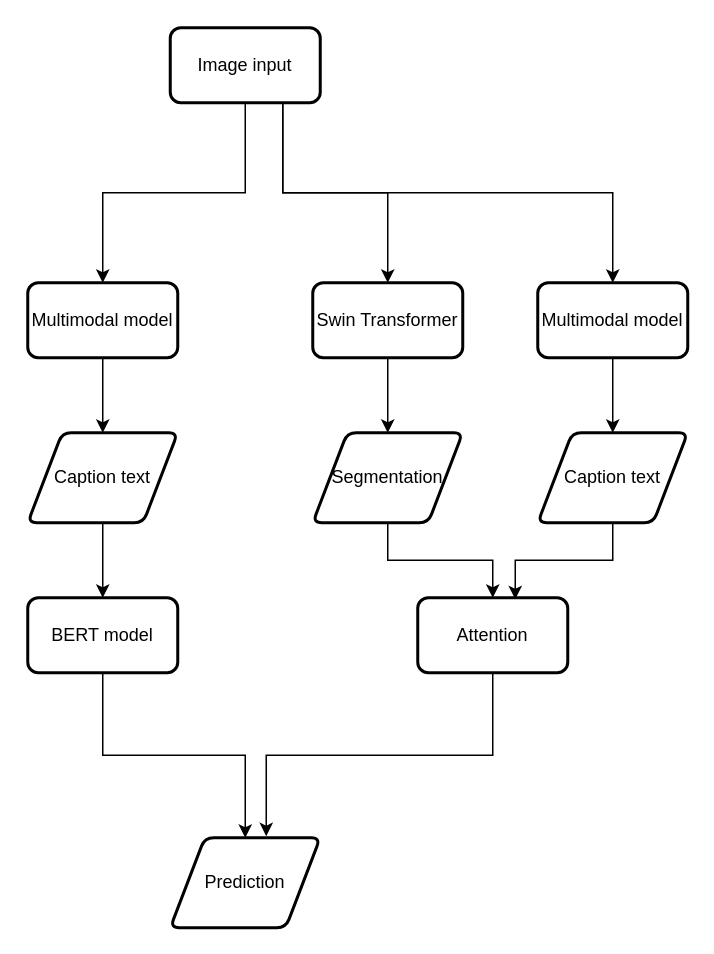
Earlier version of the draw.io diagram Architecture.drawio (MingNarongthat/Anomaly_Transformers). Source tidied: cells renumbered, new cells numbered last; positions are measured from the earlier drawing's top-left corner, leaving out a move shared by most shapes. Both pictures are drawn from the tidied source at 150%, with x=0, y=0 at pixel (27, 27).
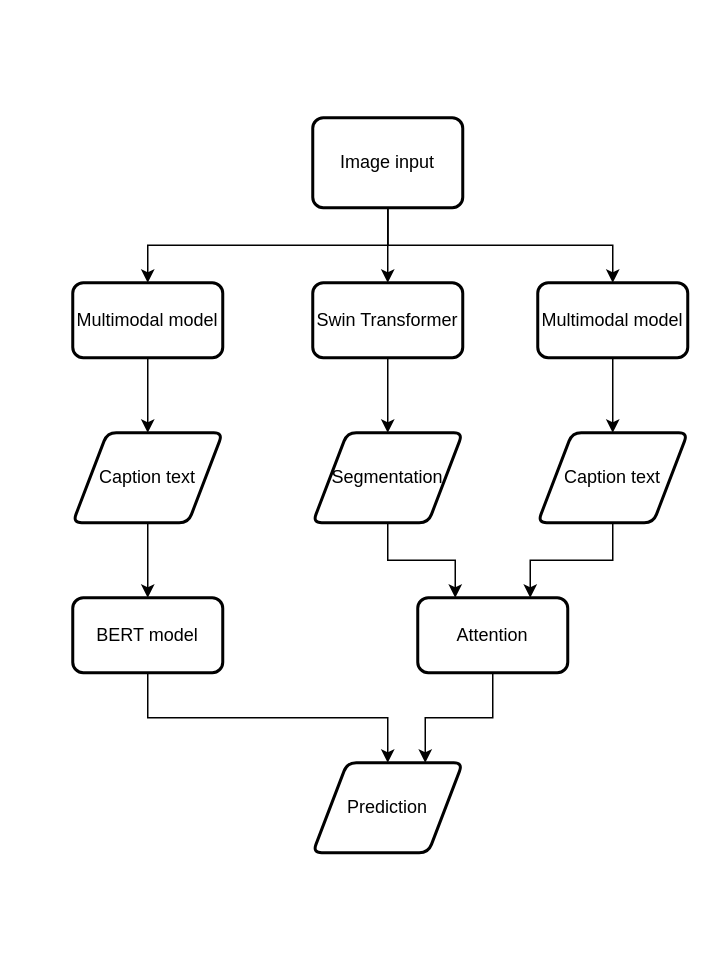
After the change.

Unchanged cells that the change refers to:
```xml
<mxCell id="13" value="Swin Transformer" style="rounded=1;whiteSpace=wrap;html=1;absoluteArcSize=1;arcSize=14;strokeWidth=2;" parent="1" vertex="1">
  <mxGeometry x="190" y="170" width="100" height="50" as="geometry" />
</mxCell>
<mxCell id="15" value="Segmentation" style="shape=parallelogram;html=1;strokeWidth=2;perimeter=parallelogramPerimeter;whiteSpace=wrap;rounded=1;arcSize=12;size=0.23;" parent="1" vertex="1">
  <mxGeometry x="190" y="270" width="100" height="60" as="geometry" />
</mxCell>
<mxCell id="17" value="Attention" style="rounded=1;whiteSpace=wrap;html=1;absoluteArcSize=1;arcSize=14;strokeWidth=2;" parent="1" vertex="1">
  <mxGeometry x="260" y="380" width="100" height="50" as="geometry" />
</mxCell>
<mxCell id="21" value="Multimodal model" style="rounded=1;whiteSpace=wrap;html=1;absoluteArcSize=1;arcSize=14;strokeWidth=2;" parent="1" vertex="1">
  <mxGeometry x="340" y="170" width="100" height="50" as="geometry" />
</mxCell>
<mxCell id="23" value="Caption text" style="shape=parallelogram;html=1;strokeWidth=2;perimeter=parallelogramPerimeter;whiteSpace=wrap;rounded=1;arcSize=12;size=0.23;" parent="1" vertex="1">
  <mxGeometry x="340" y="270" width="100" height="60" as="geometry" />
</mxCell>
```

Diff of the diagram source:
```diff
@@
-    <mxCell id="2" style="edgeStyle=orthogonalEdgeStyle;rounded=0;jettySize=auto;html=1;exitX=0.5;exitY=1;exitDx=0;exitDy=0;entryX=0.5;entryY=0;entryDx=0;entryDy=0;" parent="1" edge="1" source="5" target="7">
-      <mxGeometry relative="1" as="geometry" />
-    </mxCell>
-    <mxCell id="3" style="edgeStyle=orthogonalEdgeStyle;rounded=0;jettySize=auto;html=1;exitX=0.75;exitY=1;exitDx=0;exitDy=0;entryX=0.5;entryY=0;entryDx=0;entryDy=0;" parent="1" edge="1" source="5" target="13">
+    <mxCell id="3" style="edgeStyle=orthogonalEdgeStyle;rounded=0;jettySize=auto;html=1;exitX=0.5;exitY=1;exitDx=0;exitDy=0;entryX=0.5;entryY=0;entryDx=0;entryDy=0;" parent="1" edge="1" source="5" target="13">
       <mxGeometry relative="1" as="geometry" />
     </mxCell>
-    <mxCell id="4" style="edgeStyle=orthogonalEdgeStyle;rounded=0;jettySize=auto;html=1;exitX=0.75;exitY=1;exitDx=0;exitDy=0;entryX=0.5;entryY=0;entryDx=0;entryDy=0;" parent="1" edge="1" source="5" target="21">
+    <mxCell id="4" style="edgeStyle=orthogonalEdgeStyle;rounded=0;jettySize=auto;html=1;exitX=0.5;exitY=1;exitDx=0;exitDy=0;entryX=0.5;entryY=0;entryDx=0;entryDy=0;" parent="1" edge="1" source="5" target="21">
       <mxGeometry relative="1" as="geometry" />
     </mxCell>
+    <mxCell id="2" style="edgeStyle=orthogonalEdgeStyle;rounded=0;jettySize=auto;html=1;exitX=0.5;exitY=1;exitDx=0;exitDy=0;entryX=0.5;entryY=0;entryDx=0;entryDy=0;" parent="1" edge="1" source="5" target="7">
+      <mxGeometry relative="1" as="geometry" />
+    </mxCell>
     <mxCell id="5" value="Image input" style="rounded=1;whiteSpace=wrap;html=1;absoluteArcSize=1;arcSize=14;strokeWidth=2;" parent="1" vertex="1">
-      <mxGeometry x="95" width="100" height="50" as="geometry" />
+      <mxGeometry x="190" y="60" width="100" height="60" as="geometry" />
     </mxCell>
@@
     <mxCell id="7" value="Multimodal model" style="rounded=1;whiteSpace=wrap;html=1;absoluteArcSize=1;arcSize=14;strokeWidth=2;" parent="1" vertex="1">
-      <mxGeometry y="170" width="100" height="50" as="geometry" />
+      <mxGeometry x="30" y="170" width="100" height="50" as="geometry" />
     </mxCell>
@@
     <mxCell id="9" value="Caption text" style="shape=parallelogram;html=1;strokeWidth=2;perimeter=parallelogramPerimeter;whiteSpace=wrap;rounded=1;arcSize=12;size=0.23;" parent="1" vertex="1">
-      <mxGeometry y="270" width="100" height="60" as="geometry" />
+      <mxGeometry x="30" y="270" width="100" height="60" as="geometry" />
     </mxCell>
@@
     <mxCell id="11" value="BERT model" style="rounded=1;whiteSpace=wrap;html=1;absoluteArcSize=1;arcSize=14;strokeWidth=2;" parent="1" vertex="1">
-      <mxGeometry y="380" width="100" height="50" as="geometry" />
+      <mxGeometry x="30" y="380" width="100" height="50" as="geometry" />
     </mxCell>
@@
-    <mxCell id="14" style="edgeStyle=orthogonalEdgeStyle;rounded=0;jettySize=auto;html=1;exitX=0.5;exitY=1;exitDx=0;exitDy=0;entryX=0.5;entryY=0;entryDx=0;entryDy=0;" parent="1" edge="1" source="15" target="17">
+    <mxCell id="14" style="edgeStyle=orthogonalEdgeStyle;rounded=0;jettySize=auto;html=1;exitX=0.5;exitY=1;exitDx=0;exitDy=0;entryX=0.25;entryY=0;entryDx=0;entryDy=0;" parent="1" edge="1" source="15" target="17">
       <mxGeometry relative="1" as="geometry" />
     </mxCell>
@@
-    <mxCell id="16" style="edgeStyle=orthogonalEdgeStyle;rounded=0;jettySize=auto;html=1;exitX=0.5;exitY=1;exitDx=0;exitDy=0;entryX=0.64;entryY=-0.017;entryDx=0;entryDy=0;entryPerimeter=0;" parent="1" edge="1" source="17" target="18">
+    <mxCell id="16" style="edgeStyle=orthogonalEdgeStyle;rounded=0;jettySize=auto;html=1;exitX=0.5;exitY=1;exitDx=0;exitDy=0;entryX=0.75;entryY=0;entryDx=0;entryDy=0;" parent="1" edge="1" source="17" target="18">
       <mxGeometry relative="1" as="geometry" />
     </mxCell>
@@
     <mxCell id="18" value="Prediction" style="shape=parallelogram;html=1;strokeWidth=2;perimeter=parallelogramPerimeter;whiteSpace=wrap;rounded=1;arcSize=12;size=0.23;" parent="1" vertex="1">
-      <mxGeometry x="95" y="540" width="100" height="60" as="geometry" />
+      <mxGeometry x="190" y="490" width="100" height="60" as="geometry" />
     </mxCell>
@@
-    <mxCell id="22" style="edgeStyle=orthogonalEdgeStyle;rounded=0;jettySize=auto;html=1;exitX=0.5;exitY=1;exitDx=0;exitDy=0;entryX=0.65;entryY=0.02;entryDx=0;entryDy=0;entryPerimeter=0;" parent="1" edge="1" source="23" target="17">
+    <mxCell id="22" style="edgeStyle=orthogonalEdgeStyle;rounded=0;jettySize=auto;html=1;exitX=0.5;exitY=1;exitDx=0;exitDy=0;entryX=0.75;entryY=0;entryDx=0;entryDy=0;" parent="1" edge="1" source="23" target="17">
       <mxGeometry relative="1" as="geometry" />
     </mxCell>
```
